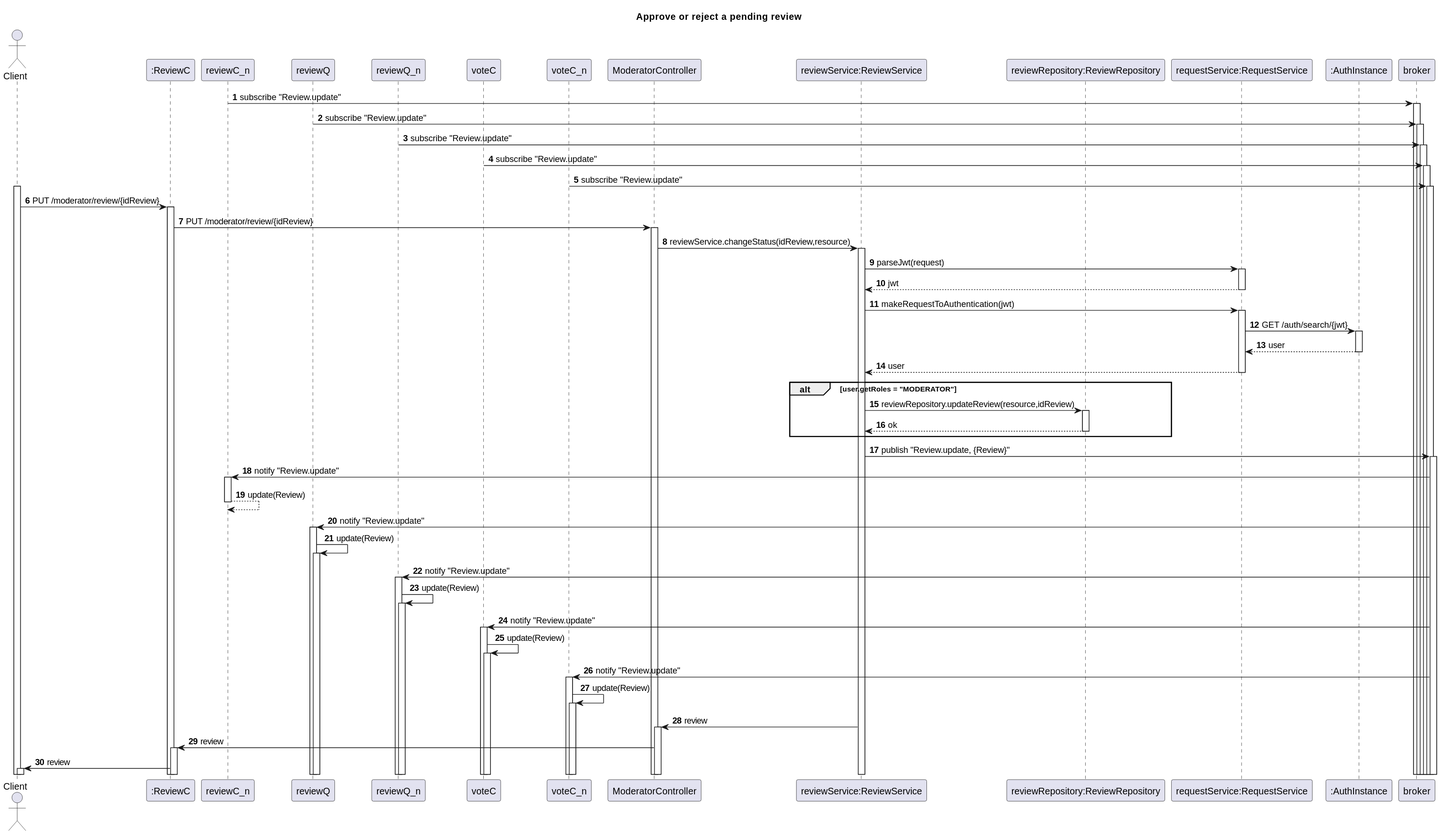
TiagoNora/SIDIS-Docs keeps this PlantUML diagram as Docs/US10-SD.svg. Above is the earlier version.
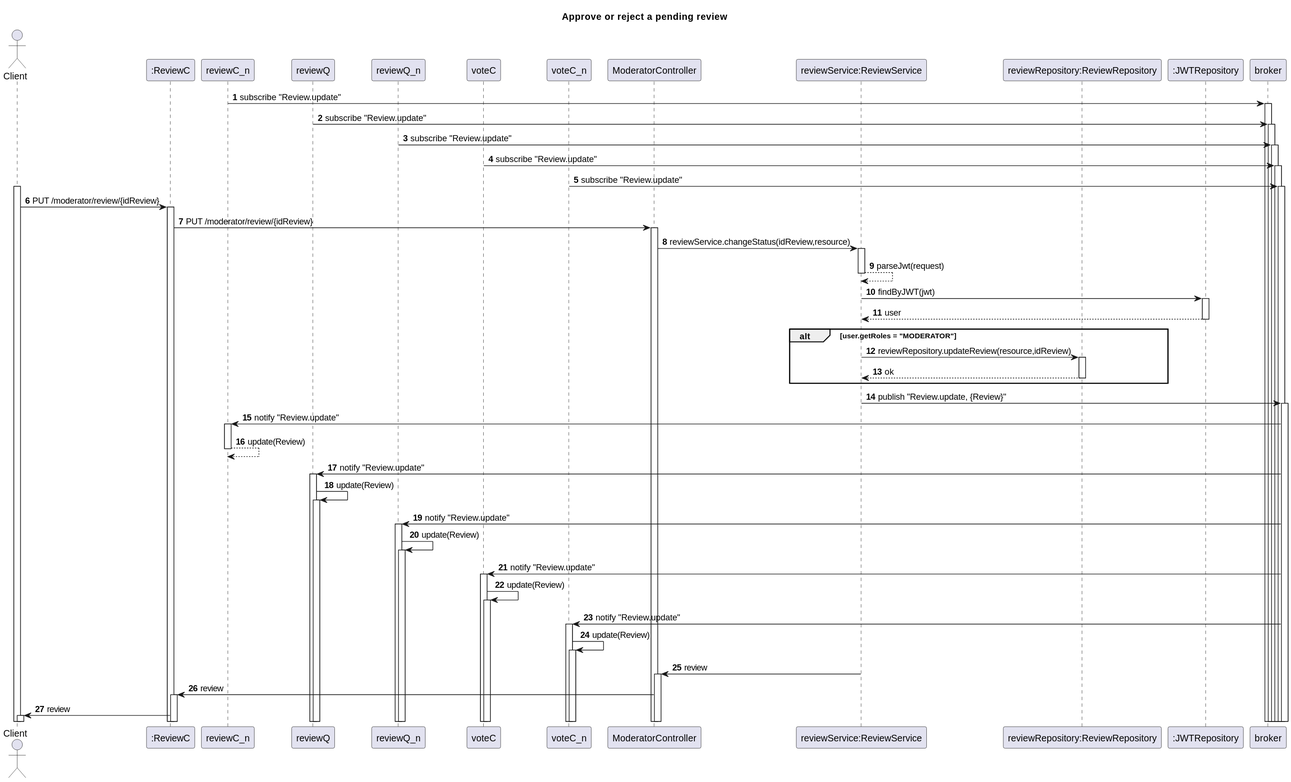
The same file after the commit.

Diff of the diagram source:
```diff
@@ -22,8 +22,7 @@
 participant "ModeratorController" as controller
 participant "reviewService:ReviewService" as service
 participant "reviewRepository:ReviewRepository" as repository
-participant "requestService:RequestService" as request
-participant ":AuthInstance" as instanceAuth
+participant ":JWTRepository" as jwtRepository
 
 
 participant ":MessageBroker" as broker
@@ -33,12 +32,9 @@
 reviewC -> controller: PUT /moderator/review/{idReview}
 controller -> service : reviewService.changeStatus(idReview,resource)
 
-service -> request : parseJwt(request)
-request --> service: jwt
-service -> request: makeRequestToAuthentication(jwt)
-request -> instanceAuth: GET /auth/search/{jwt}
-instanceAuth --> request: user
-request --> service: user
+service --> service : parseJwt(request)
+service -> jwtRepository: findByJWT(jwt)
+jwtRepository --> service: user
 alt user.getRoles = "MODERATOR"
     service -> repository: reviewRepository.updateReview(resource,idReview)
     repository --> service: ok
```
